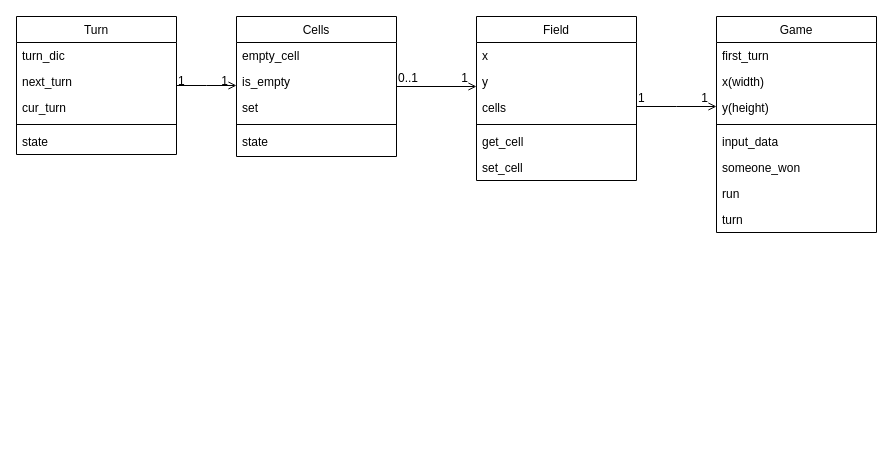
The draw.io diagram 3на3.drawio in tacha7/Asya, before the edit. Source tidied: cells renumbered, new cells numbered last; positions are measured from the earlier drawing's top-left corner, leaving out a move shared by most shapes. Both pictures are drawn from the tidied source at 100%, with x=0, y=0 at pixel (16, 16).
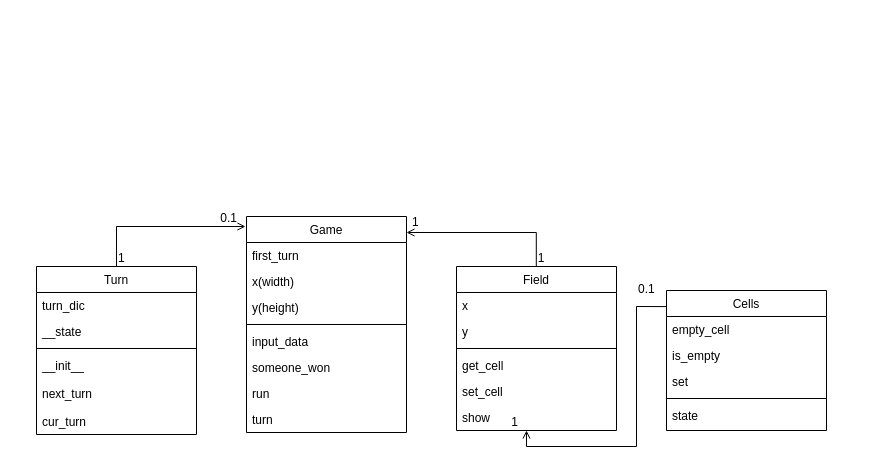
After the change.

Unchanged cells that the change refers to:
```xml
<mxCell id="19" value="y" style="text;align=left;verticalAlign=top;spacingLeft=4;spacingRight=4;overflow=hidden;points=[[0,0.5],[1,0.5]];portConstraint=eastwest;" parent="17" vertex="1">
  <mxGeometry y="52" width="160" height="26" as="geometry" />
</mxCell>
```

The edit, as a diff of the source:
```diff
@@
     <mxCell id="2" value="Turn" style="swimlane;fontStyle=0;align=center;verticalAlign=top;horizontal=1;startSize=26;rounded=0;shadow=0;strokeWidth=1;" parent="1" vertex="1">
-      <mxGeometry width="160" height="138" as="geometry" />
+      <mxGeometry x="20" y="250" width="160" height="168" as="geometry" />
     </mxCell>
@@
-    <mxCell id="4" value="next_turn" style="text;align=left;verticalAlign=top;spacingLeft=4;spacingRight=4;overflow=hidden;rounded=0;shadow=0;html=0;" parent="2" vertex="1">
+    <mxCell id="4" value="__state" style="text;align=left;verticalAlign=top;spacingLeft=4;spacingRight=4;overflow=hidden;rounded=0;shadow=0;html=0;" parent="2" vertex="1">
       <mxGeometry y="52" width="160" height="26" as="geometry" />
     </mxCell>
-    <mxCell id="5" value="cur_turn" style="text;align=left;verticalAlign=top;spacingLeft=4;spacingRight=4;overflow=hidden;rounded=0;shadow=0;html=0;" parent="2" vertex="1">
-      <mxGeometry y="78" width="160" height="26" as="geometry" />
-    </mxCell>
     <mxCell id="6" style="line;html=1;strokeWidth=1;align=left;verticalAlign=middle;spacingTop=-1;spacingLeft=3;spacingRight=3;labelPosition=right;" parent="2" vertex="1">
-      <mxGeometry y="104" width="160" height="8" as="geometry" />
+      <mxGeometry y="78" width="160" height="8" as="geometry" />
     </mxCell>
-    <mxCell id="7" value="state" style="text;align=left;verticalAlign=top;spacingLeft=4;spacingRight=4;overflow=hidden;" parent="2" vertex="1">
-      <mxGeometry y="112" width="160" height="26" as="geometry" />
+    <mxCell id="7" value="__init__" style="text;align=left;verticalAlign=top;spacingLeft=4;spacingRight=4;overflow=hidden;" parent="2" vertex="1">
+      <mxGeometry y="86" width="160" height="28" as="geometry" />
     </mxCell>
+    <mxCell id="39" value="next_turn" style="text;align=left;verticalAlign=top;spacingLeft=4;spacingRight=4;overflow=hidden;" parent="2" vertex="1">
+      <mxGeometry y="114" width="160" height="28" as="geometry" />
+    </mxCell>
+    <mxCell id="5" value="cur_turn" style="text;align=left;verticalAlign=top;spacingLeft=4;spacingRight=4;overflow=hidden;rounded=0;shadow=0;html=0;" parent="2" vertex="1">
+      <mxGeometry y="142" width="160" height="26" as="geometry" />
+    </mxCell>
     <mxCell id="8" value="Cells" style="swimlane;fontStyle=0;align=center;verticalAlign=top;horizontal=1;startSize=26;rounded=0;shadow=0;strokeWidth=1;" parent="1" vertex="1">
-      <mxGeometry x="220" width="160" height="140" as="geometry" />
+      <mxGeometry x="650" y="274" width="160" height="140" as="geometry" />
     </mxCell>
@@
-    <mxCell id="14" style="endArrow=open;shadow=0;strokeWidth=1;rounded=0;endFill=1;edgeStyle=elbowEdgeStyle;elbow=vertical;" parent="1" edge="1" source="2" target="8">
+    <mxCell id="14" style="endArrow=open;shadow=0;strokeWidth=1;rounded=0;endFill=1;edgeStyle=elbowEdgeStyle;elbow=vertical;exitX=0.5;exitY=0;exitDx=0;exitDy=0;" parent="1" edge="1" source="2">
       <mxGeometry x="0.5" y="41" relative="1" as="geometry">
+        <mxPoint x="229" y="210" as="targetPoint" />
+        <Array as="points">
+          <mxPoint x="180" y="210" />
+          <mxPoint x="170" y="219" />
+        </Array>
         <mxPoint x="-40" y="32" as="offset" />
       </mxGeometry>
     </mxCell>
     <mxCell id="15" value="1" style="align=left;verticalAlign=bottom;labelBackgroundColor=none;fontSize=12;" parent="14" vertex="1">
-      <mxGeometry x="-1" relative="1" as="geometry">
-        <mxPoint y="4" as="offset" />
-      </mxGeometry>
+      <mxGeometry x="-1" relative="1" as="geometry" />
     </mxCell>
-    <mxCell id="16" value="1" style="align=right;verticalAlign=bottom;labelBackgroundColor=none;fontSize=12;" parent="14" vertex="1">
+    <mxCell id="16" value="0.1" style="align=right;verticalAlign=bottom;labelBackgroundColor=none;fontSize=12;" parent="14" vertex="1">
       <mxGeometry x="1" relative="1" as="geometry">
-        <mxPoint x="-7" y="4" as="offset" />
+        <mxPoint x="-7" as="offset" />
       </mxGeometry>
     </mxCell>
     <mxCell id="17" value="Field" style="swimlane;fontStyle=0;align=center;verticalAlign=top;horizontal=1;startSize=26;rounded=0;shadow=0;strokeWidth=1;" parent="1" vertex="1">
-      <mxGeometry x="460" width="160" height="164" as="geometry" />
+      <mxGeometry x="440" y="250" width="160" height="164" as="geometry" />
     </mxCell>
@@
-    <mxCell id="20" value="cells" style="text;align=left;verticalAlign=top;spacingLeft=4;spacingRight=4;overflow=hidden;" parent="17" vertex="1">
-      <mxGeometry y="78" width="160" height="26" as="geometry" />
-    </mxCell>
     <mxCell id="21" style="line;html=1;strokeWidth=1;align=left;verticalAlign=middle;spacingTop=-1;spacingLeft=3;spacingRight=3;labelPosition=right;" parent="17" vertex="1">
-      <mxGeometry y="104" width="160" height="8" as="geometry" />
+      <mxGeometry y="78" width="160" height="8" as="geometry" />
     </mxCell>
     <mxCell id="22" value="get_cell" style="text;align=left;verticalAlign=top;spacingLeft=4;spacingRight=4;overflow=hidden;" parent="17" vertex="1">
-      <mxGeometry y="112" width="160" height="26" as="geometry" />
+      <mxGeometry y="86" width="160" height="26" as="geometry" />
     </mxCell>
     <mxCell id="23" value="set_cell" style="text;align=left;verticalAlign=top;spacingLeft=4;spacingRight=4;overflow=hidden;" parent="17" vertex="1">
-      <mxGeometry y="138" width="160" height="26" as="geometry" />
+      <mxGeometry y="112" width="160" height="26" as="geometry" />
     </mxCell>
+    <mxCell id="40" value="show" style="text;align=left;verticalAlign=top;spacingLeft=4;spacingRight=4;overflow=hidden;points=[[0,0.5],[1,0.5]];portConstraint=eastwest;" parent="17" vertex="1">
+      <mxGeometry y="138" width="160" height="26" as="geometry" />
+    </mxCell>
     <mxCell id="24" value="Game" style="swimlane;fontStyle=0;align=center;verticalAlign=top;horizontal=1;startSize=26;rounded=0;shadow=0;strokeWidth=1;" parent="1" vertex="1">
-      <mxGeometry x="700" width="160" height="216" as="geometry" />
+      <mxGeometry x="230" y="200" width="160" height="216" as="geometry" />
     </mxCell>
@@
-    <mxCell id="33" style="endArrow=open;shadow=0;strokeWidth=1;rounded=0;endFill=1;edgeStyle=elbowEdgeStyle;elbow=vertical;entryX=0;entryY=0.692;entryDx=0;entryDy=0;entryPerimeter=0;" parent="1" edge="1" target="19">
-      <mxGeometry x="0.5" y="41" relative="1" as="geometry">
-        <mxPoint x="380" y="79" as="sourcePoint" />
-        <Array as="points">
-          <mxPoint x="610" y="70" />
-        </Array>
-        <mxPoint x="-40" y="32" as="offset" />
-      </mxGeometry>
-    </mxCell>
-    <mxCell id="34" value="0..1" style="align=left;verticalAlign=bottom;labelBackgroundColor=none;fontSize=12;" parent="33" vertex="1">
-      <mxGeometry x="-1" relative="1" as="geometry">
-        <mxPoint y="-9.1" as="offset" />
-      </mxGeometry>
-    </mxCell>
-    <mxCell id="35" value="1" style="align=right;verticalAlign=bottom;labelBackgroundColor=none;fontSize=12;" parent="33" vertex="1">
-      <mxGeometry x="1" relative="1" as="geometry">
-        <mxPoint x="-7" y="0.1" as="offset" />
-      </mxGeometry>
-    </mxCell>
-    <mxCell id="36" style="endArrow=open;shadow=0;strokeWidth=1;rounded=0;endFill=1;edgeStyle=elbowEdgeStyle;elbow=vertical;entryX=0;entryY=0.138;entryDx=0;entryDy=0;entryPerimeter=0;" parent="1" edge="1">
-      <mxGeometry x="0.5" y="41" relative="1" as="geometry">
-        <mxPoint x="620" y="90" as="sourcePoint" />
-        <mxPoint x="700" y="90" as="targetPoint" />
-        <mxPoint x="-40" y="32" as="offset" />
-      </mxGeometry>
-    </mxCell>
-    <mxCell id="37" value="1" style="align=left;verticalAlign=bottom;labelBackgroundColor=none;fontSize=12;" parent="36" vertex="1">
-      <mxGeometry x="-1" relative="1" as="geometry">
-        <mxPoint y="-0.1" as="offset" />
-      </mxGeometry>
-    </mxCell>
-    <mxCell id="38" value="1" style="align=right;verticalAlign=bottom;labelBackgroundColor=none;fontSize=12;" parent="36" vertex="1">
-      <mxGeometry x="1" relative="1" as="geometry">
-        <mxPoint x="-7" y="-0.1" as="offset" />
-      </mxGeometry>
-    </mxCell>
+    <mxCell id="41" value="1" style="align=left;verticalAlign=bottom;labelBackgroundColor=none;fontSize=12;" parent="1" vertex="1">
+      <mxGeometry x="520" y="250" as="geometry">
+        <mxPoint x="-126" y="-36" as="offset" />
+      </mxGeometry>
+    </mxCell>
+    <mxCell id="42" style="endArrow=open;shadow=0;strokeWidth=1;rounded=0;endFill=1;edgeStyle=elbowEdgeStyle;elbow=vertical;" parent="1" edge="1" target="40">
+      <mxGeometry x="0.5" y="41" relative="1" as="geometry">
+        <mxPoint x="620" y="290" as="sourcePoint" />
+        <Array as="points">
+          <mxPoint x="510" y="430" />
+          <mxPoint x="570" y="440" />
+          <mxPoint x="600" y="450" />
+        </Array>
+        <mxPoint x="-40" y="32" as="offset" />
+      </mxGeometry>
+    </mxCell>
+    <mxCell id="43" value="0.1" style="align=left;verticalAlign=bottom;labelBackgroundColor=none;fontSize=12;" parent="42" vertex="1">
+      <mxGeometry x="-1" relative="1" as="geometry">
+        <mxPoint y="-9.1" as="offset" />
+      </mxGeometry>
+    </mxCell>
+    <mxCell id="44" value="1" style="align=right;verticalAlign=bottom;labelBackgroundColor=none;fontSize=12;" parent="42" vertex="1">
+      <mxGeometry x="1" relative="1" as="geometry">
+        <mxPoint x="-7" y="0.1" as="offset" />
+      </mxGeometry>
+    </mxCell>
+    <mxCell id="45" style="endArrow=open;shadow=0;strokeWidth=1;rounded=0;endFill=1;edgeStyle=elbowEdgeStyle;elbow=vertical;entryX=1.001;entryY=0.073;entryDx=0;entryDy=0;entryPerimeter=0;exitX=0.5;exitY=0;exitDx=0;exitDy=0;" parent="1" edge="1">
+      <mxGeometry x="0.5" y="41" relative="1" as="geometry">
+        <mxPoint x="519.8" y="250" as="sourcePoint" />
+        <mxPoint x="390" y="215.8" as="targetPoint" />
+        <Array as="points">
+          <mxPoint x="459.8" y="216" />
+        </Array>
+        <mxPoint x="-40" y="32" as="offset" />
+      </mxGeometry>
+    </mxCell>
+    <mxCell id="46" value="1" style="align=left;verticalAlign=bottom;labelBackgroundColor=none;fontSize=12;" parent="45" vertex="1">
+      <mxGeometry x="-1" relative="1" as="geometry" />
+    </mxCell>
+    <mxCell id="47" style="endArrow=none;html=1;entryX=-0.002;entryY=0.115;entryDx=0;entryDy=0;entryPerimeter=0;" parent="1" edge="1" target="8">
+      <mxGeometry relative="1" as="geometry">
+        <mxPoint x="620" y="290" as="sourcePoint" />
+      </mxGeometry>
+    </mxCell>
```
